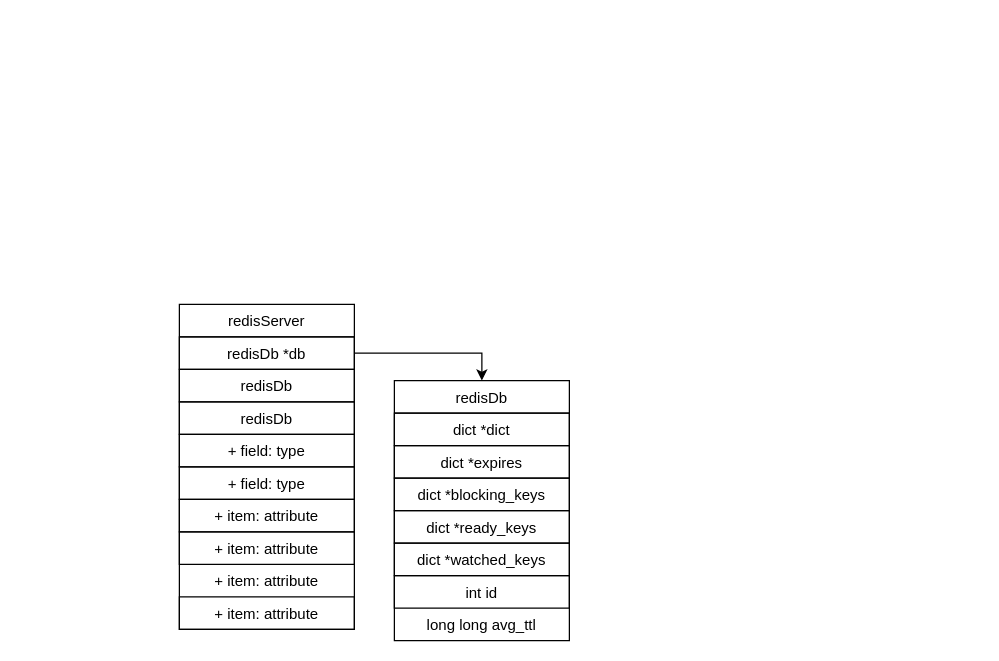
Above: redis-main.drawio in munding/drawio (draw.io), before the change. Source tidied: cells renumbered, new cells numbered last; positions are measured from the earlier drawing's top-left corner, leaving out a move shared by most shapes. Both pictures are drawn from the tidied source at 125%, with x=0, y=0 at pixel (179, 304).
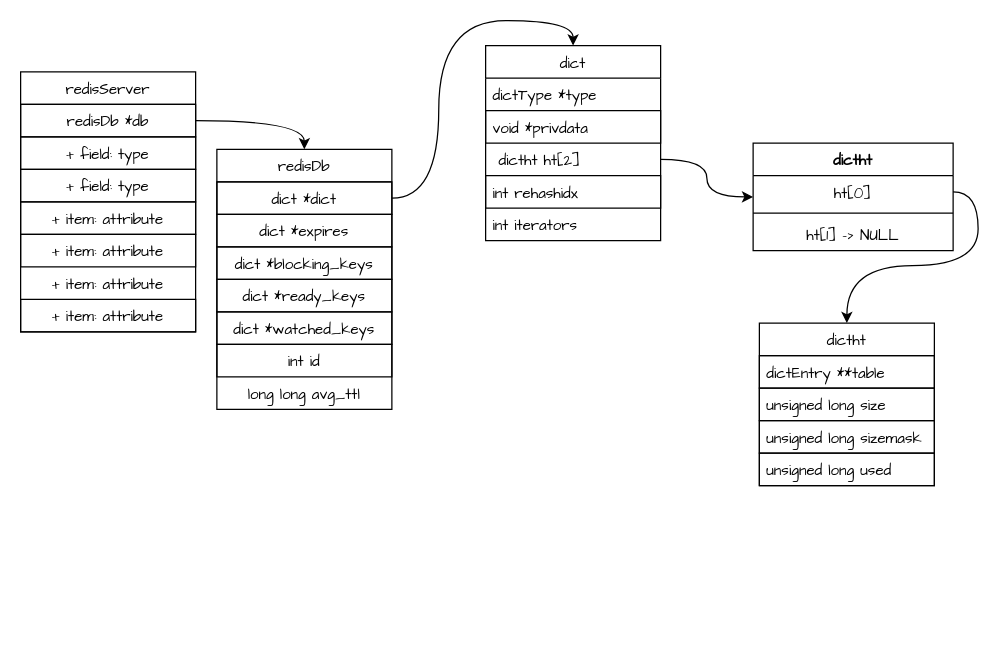
The same diagram, later.

Change to the diagram source:
```diff
@@
-    <mxCell id="2" value="redisServer" style="swimlane;fontStyle=0;horizontal=1;startSize=26;fillColor=none;rounded=0;strokeColor=default;align=center;" parent="1" vertex="1">
-      <mxGeometry width="140" height="260" as="geometry" />
+    <mxCell id="2" value="redisServer" style="swimlane;fontStyle=0;horizontal=1;startSize=26;fillColor=none;rounded=0;strokeColor=default;align=center;fontFamily=Comic Sans MS;" parent="1" vertex="1">
+      <mxGeometry x="-127" y="-186" width="140" height="208" as="geometry" />
     </mxCell>
-    <mxCell id="3" value="redisDb *db" style="text;strokeColor=default;fillColor=none;align=center;verticalAlign=top;spacingLeft=4;spacingRight=4;overflow=hidden;points=[[0,0.5],[1,0.5]];portConstraint=eastwest;rounded=0;" parent="2" vertex="1">
+    <mxCell id="3" value="redisDb *db" style="text;strokeColor=default;fillColor=none;align=center;verticalAlign=top;spacingLeft=4;spacingRight=4;overflow=hidden;points=[[0,0.5],[1,0.5]];portConstraint=eastwest;rounded=0;fontFamily=Comic Sans MS;" parent="2" vertex="1">
       <mxGeometry y="26" width="140" height="26" as="geometry" />
     </mxCell>
-    <mxCell id="4" value="redisDb" style="text;strokeColor=default;fillColor=none;align=center;verticalAlign=top;spacingLeft=4;spacingRight=4;overflow=hidden;rounded=0;" parent="2" vertex="1">
-      <mxGeometry y="52" width="140" height="26" as="geometry" />
-    </mxCell>
-    <mxCell id="5" value="redisDb" style="text;strokeColor=default;fillColor=none;align=center;verticalAlign=top;spacingLeft=4;spacingRight=4;overflow=hidden;rounded=0;" parent="2" vertex="1">
-      <mxGeometry y="78" width="140" height="26" as="geometry" />
-    </mxCell>
-    <mxCell id="6" value="+ field: type" style="text;strokeColor=default;fillColor=none;align=center;verticalAlign=top;spacingLeft=4;spacingRight=4;overflow=hidden;rounded=0;" parent="2" vertex="1">
-      <mxGeometry y="104" width="140" height="26" as="geometry" />
+    <mxCell id="6" value="+ field: type" style="text;strokeColor=default;fillColor=none;align=center;verticalAlign=top;spacingLeft=4;spacingRight=4;overflow=hidden;rounded=0;fontFamily=Comic Sans MS;" parent="2" vertex="1">
+      <mxGeometry y="52" width="140" height="26" as="geometry" />
     </mxCell>
-    <mxCell id="7" value="+ field: type" style="text;strokeColor=default;fillColor=none;align=center;verticalAlign=top;spacingLeft=4;spacingRight=4;overflow=hidden;rounded=0;" parent="2" vertex="1">
-      <mxGeometry y="130" width="140" height="26" as="geometry" />
+    <mxCell id="7" value="+ field: type" style="text;strokeColor=default;fillColor=none;align=center;verticalAlign=top;spacingLeft=4;spacingRight=4;overflow=hidden;rounded=0;fontFamily=Comic Sans MS;" parent="2" vertex="1">
+      <mxGeometry y="78" width="140" height="26" as="geometry" />
     </mxCell>
-    <mxCell id="8" value="+ item: attribute" style="text;strokeColor=default;fillColor=none;align=center;verticalAlign=top;spacingLeft=4;spacingRight=4;overflow=hidden;rounded=0;" parent="2" vertex="1">
-      <mxGeometry y="156" width="140" height="26" as="geometry" />
+    <mxCell id="8" value="+ item: attribute" style="text;strokeColor=default;fillColor=none;align=center;verticalAlign=top;spacingLeft=4;spacingRight=4;overflow=hidden;rounded=0;fontFamily=Comic Sans MS;" parent="2" vertex="1">
+      <mxGeometry y="104" width="140" height="26" as="geometry" />
     </mxCell>
-    <mxCell id="9" value="+ item: attribute" style="text;strokeColor=default;fillColor=none;align=center;verticalAlign=top;spacingLeft=4;spacingRight=4;overflow=hidden;rounded=0;" parent="2" vertex="1">
-      <mxGeometry y="182" width="140" height="26" as="geometry" />
+    <mxCell id="9" value="+ item: attribute" style="text;strokeColor=default;fillColor=none;align=center;verticalAlign=top;spacingLeft=4;spacingRight=4;overflow=hidden;rounded=0;fontFamily=Comic Sans MS;" parent="2" vertex="1">
+      <mxGeometry y="130" width="140" height="26" as="geometry" />
     </mxCell>
-    <mxCell id="10" value="+ item: attribute" style="text;strokeColor=none;fillColor=none;align=center;verticalAlign=top;spacingLeft=4;spacingRight=4;overflow=hidden;rounded=0;" parent="2" vertex="1">
-      <mxGeometry y="208" width="140" height="26" as="geometry" />
+    <mxCell id="10" value="+ item: attribute" style="text;strokeColor=none;fillColor=none;align=center;verticalAlign=top;spacingLeft=4;spacingRight=4;overflow=hidden;rounded=0;fontFamily=Comic Sans MS;" parent="2" vertex="1">
+      <mxGeometry y="156" width="140" height="26" as="geometry" />
     </mxCell>
-    <mxCell id="11" value="+ item: attribute" style="text;strokeColor=default;fillColor=none;align=center;verticalAlign=top;spacingLeft=4;spacingRight=4;overflow=hidden;rounded=0;" parent="2" vertex="1">
-      <mxGeometry y="234" width="140" height="26" as="geometry" />
+    <mxCell id="11" value="+ item: attribute" style="text;strokeColor=default;fillColor=none;align=center;verticalAlign=top;spacingLeft=4;spacingRight=4;overflow=hidden;rounded=0;fontFamily=Comic Sans MS;" parent="2" vertex="1">
+      <mxGeometry y="182" width="140" height="26" as="geometry" />
     </mxCell>
-    <mxCell id="12" value="redisDb" style="swimlane;fontStyle=0;horizontal=1;startSize=26;fillColor=none;rounded=0;strokeColor=default;align=center;" parent="1" vertex="1">
-      <mxGeometry x="172" y="61" width="140" height="208" as="geometry" />
+    <mxCell id="12" value="redisDb" style="swimlane;fontStyle=0;horizontal=1;startSize=26;fillColor=none;rounded=0;strokeColor=default;align=center;fontFamily=Comic Sans MS;" parent="1" vertex="1">
+      <mxGeometry x="30" y="-124" width="140" height="208" as="geometry" />
     </mxCell>
-    <mxCell id="13" value="dict *dict" style="text;strokeColor=default;fillColor=none;align=center;verticalAlign=top;spacingLeft=4;spacingRight=4;overflow=hidden;points=[[0,0.5],[1,0.5]];portConstraint=eastwest;rounded=0;" parent="12" vertex="1">
+    <mxCell id="13" value="dict *dict" style="text;strokeColor=default;fillColor=none;align=center;verticalAlign=top;spacingLeft=4;spacingRight=4;overflow=hidden;points=[[0,0.5],[1,0.5]];portConstraint=eastwest;rounded=0;fontFamily=Comic Sans MS;" parent="12" vertex="1">
       <mxGeometry y="26" width="140" height="26" as="geometry" />
     </mxCell>
-    <mxCell id="14" value="dict *expires" style="text;strokeColor=default;fillColor=none;align=center;verticalAlign=top;spacingLeft=4;spacingRight=4;overflow=hidden;rounded=0;" parent="12" vertex="1">
+    <mxCell id="14" value="dict *expires" style="text;strokeColor=default;fillColor=none;align=center;verticalAlign=top;spacingLeft=4;spacingRight=4;overflow=hidden;rounded=0;fontFamily=Comic Sans MS;" parent="12" vertex="1">
       <mxGeometry y="52" width="140" height="26" as="geometry" />
     </mxCell>
-    <mxCell id="15" value="dict *blocking_keys" style="text;strokeColor=default;fillColor=none;align=center;verticalAlign=top;spacingLeft=4;spacingRight=4;overflow=hidden;rounded=0;" parent="12" vertex="1">
+    <mxCell id="15" value="dict *blocking_keys" style="text;strokeColor=default;fillColor=none;align=center;verticalAlign=top;spacingLeft=4;spacingRight=4;overflow=hidden;rounded=0;fontFamily=Comic Sans MS;" parent="12" vertex="1">
       <mxGeometry y="78" width="140" height="26" as="geometry" />
     </mxCell>
-    <mxCell id="16" value="dict *ready_keys" style="text;strokeColor=default;fillColor=none;align=center;verticalAlign=top;spacingLeft=4;spacingRight=4;overflow=hidden;rounded=0;" parent="12" vertex="1">
+    <mxCell id="16" value="dict *ready_keys" style="text;strokeColor=default;fillColor=none;align=center;verticalAlign=top;spacingLeft=4;spacingRight=4;overflow=hidden;rounded=0;fontFamily=Comic Sans MS;" parent="12" vertex="1">
       <mxGeometry y="104" width="140" height="26" as="geometry" />
     </mxCell>
-    <mxCell id="17" value="dict *watched_keys" style="text;strokeColor=default;fillColor=none;align=center;verticalAlign=top;spacingLeft=4;spacingRight=4;overflow=hidden;rounded=0;" parent="12" vertex="1">
+    <mxCell id="17" value="dict *watched_keys" style="text;strokeColor=default;fillColor=none;align=center;verticalAlign=top;spacingLeft=4;spacingRight=4;overflow=hidden;rounded=0;fontFamily=Comic Sans MS;" parent="12" vertex="1">
       <mxGeometry y="130" width="140" height="26" as="geometry" />
     </mxCell>
-    <mxCell id="18" value="int id" style="text;strokeColor=default;fillColor=none;align=center;verticalAlign=top;spacingLeft=4;spacingRight=4;overflow=hidden;rounded=0;" parent="12" vertex="1">
+    <mxCell id="18" value="int id" style="text;strokeColor=default;fillColor=none;align=center;verticalAlign=top;spacingLeft=4;spacingRight=4;overflow=hidden;rounded=0;fontFamily=Comic Sans MS;" parent="12" vertex="1">
       <mxGeometry y="156" width="140" height="26" as="geometry" />
     </mxCell>
-    <mxCell id="19" value="long long avg_ttl" style="text;strokeColor=none;fillColor=none;align=center;verticalAlign=top;spacingLeft=4;spacingRight=4;overflow=hidden;rounded=0;" parent="12" vertex="1">
+    <mxCell id="19" value="long long avg_ttl" style="text;strokeColor=none;fillColor=none;align=center;verticalAlign=top;spacingLeft=4;spacingRight=4;overflow=hidden;rounded=0;fontFamily=Comic Sans MS;" parent="12" vertex="1">
       <mxGeometry y="182" width="140" height="26" as="geometry" />
     </mxCell>
-    <mxCell id="20" style="edgeStyle=orthogonalEdgeStyle;rounded=0;jettySize=auto;html=1;" parent="1" edge="1" source="3" target="12">
+    <mxCell id="20" style="edgeStyle=orthogonalEdgeStyle;jettySize=auto;html=1;entryX=0.5;entryY=0;entryDx=0;entryDy=0;fontFamily=Comic Sans MS;curved=1;" parent="1" edge="1" source="3" target="12">
       <mxGeometry relative="1" as="geometry" />
     </mxCell>
+    <mxCell id="21" value="dict" style="swimlane;fontStyle=0;horizontal=1;startSize=26;fillColor=none;rounded=0;labelBorderColor=none;fontFamily=Comic Sans MS;strokeColor=default;" parent="1" vertex="1">
+      <mxGeometry x="245" y="-207" width="140" height="156" as="geometry" />
+    </mxCell>
+    <mxCell id="22" value="dictType *type" style="text;strokeColor=none;fillColor=none;align=left;verticalAlign=top;spacingLeft=4;spacingRight=4;overflow=hidden;rounded=0;labelBorderColor=none;fontFamily=Comic Sans MS;" parent="21" vertex="1">
+      <mxGeometry y="26" width="140" height="26" as="geometry" />
+    </mxCell>
+    <mxCell id="23" value="void *privdata" style="text;strokeColor=default;fillColor=none;align=left;verticalAlign=top;spacingLeft=4;spacingRight=4;overflow=hidden;rounded=0;labelBorderColor=none;fontFamily=Comic Sans MS;" parent="21" vertex="1">
+      <mxGeometry y="52" width="140" height="26" as="geometry" />
+    </mxCell>
+    <mxCell id="24" value=" dictht ht[2]" style="text;strokeColor=none;fillColor=none;align=left;verticalAlign=top;spacingLeft=4;spacingRight=4;overflow=hidden;points=[[0,0.5],[1,0.5]];portConstraint=eastwest;rounded=0;labelBorderColor=none;fontFamily=Comic Sans MS;" parent="21" vertex="1">
+      <mxGeometry y="78" width="140" height="26" as="geometry" />
+    </mxCell>
+    <mxCell id="25" value="int rehashidx" style="text;strokeColor=default;fillColor=none;align=left;verticalAlign=top;spacingLeft=4;spacingRight=4;overflow=hidden;rounded=0;labelBorderColor=none;fontFamily=Comic Sans MS;" parent="21" vertex="1">
+      <mxGeometry y="104" width="140" height="26" as="geometry" />
+    </mxCell>
+    <mxCell id="26" value="int iterators" style="text;strokeColor=none;fillColor=none;align=left;verticalAlign=top;spacingLeft=4;spacingRight=4;overflow=hidden;rounded=1;labelBorderColor=none;fontFamily=Comic Sans MS;" parent="21" vertex="1">
+      <mxGeometry y="130" width="140" height="26" as="geometry" />
+    </mxCell>
+    <mxCell id="27" value="dictht" style="swimlane;fontStyle=0;horizontal=1;startSize=26;fillColor=none;rounded=0;labelBorderColor=none;fontFamily=Comic Sans MS;strokeColor=default;" parent="1" vertex="1">
+      <mxGeometry x="464" y="15" width="140" height="130" as="geometry" />
+    </mxCell>
+    <mxCell id="28" value="dictEntry **table" style="text;strokeColor=default;fillColor=none;align=left;verticalAlign=top;spacingLeft=4;spacingRight=4;overflow=hidden;rounded=0;labelBorderColor=none;fontFamily=Comic Sans MS;" parent="27" vertex="1">
+      <mxGeometry y="26" width="140" height="26" as="geometry" />
+    </mxCell>
+    <mxCell id="29" value="unsigned long size" style="text;strokeColor=default;fillColor=none;align=left;verticalAlign=top;spacingLeft=4;spacingRight=4;overflow=hidden;rounded=0;labelBorderColor=none;fontFamily=Comic Sans MS;" parent="27" vertex="1">
+      <mxGeometry y="52" width="140" height="26" as="geometry" />
+    </mxCell>
+    <mxCell id="30" value="unsigned long sizemask" style="text;strokeColor=default;fillColor=none;align=left;verticalAlign=top;spacingLeft=4;spacingRight=4;overflow=hidden;rounded=0;labelBorderColor=none;fontFamily=Comic Sans MS;" parent="27" vertex="1">
+      <mxGeometry y="78" width="140" height="26" as="geometry" />
+    </mxCell>
+    <mxCell id="31" value="unsigned long used" style="text;strokeColor=default;fillColor=none;align=left;verticalAlign=top;spacingLeft=4;spacingRight=4;overflow=hidden;rounded=0;labelBorderColor=none;fontFamily=Comic Sans MS;" parent="27" vertex="1">
+      <mxGeometry y="104" width="140" height="26" as="geometry" />
+    </mxCell>
+    <mxCell id="32" value="dictht" style="swimlane;fontStyle=1;align=center;verticalAlign=top;horizontal=1;startSize=26;rounded=0;labelBorderColor=none;fontFamily=Comic Sans MS;strokeColor=default;fillColor=default;" parent="1" vertex="1">
+      <mxGeometry x="459" y="-129" width="160" height="86" as="geometry" />
+    </mxCell>
+    <mxCell id="33" value="ht[0]" style="text;strokeColor=none;fillColor=none;align=center;verticalAlign=top;spacingLeft=4;spacingRight=4;overflow=hidden;points=[[0,0.5],[1,0.5]];portConstraint=eastwest;rounded=0;labelBorderColor=none;fontFamily=Comic Sans MS;" parent="32" vertex="1">
+      <mxGeometry y="26" width="160" height="26" as="geometry" />
+    </mxCell>
+    <mxCell id="34" style="line;strokeWidth=1;fillColor=none;align=center;verticalAlign=middle;spacingTop=-1;spacingLeft=3;spacingRight=3;labelPosition=right;rounded=0;labelBorderColor=none;fontFamily=Comic Sans MS;" parent="32" vertex="1">
+      <mxGeometry y="52" width="160" height="8" as="geometry" />
+    </mxCell>
+    <mxCell id="35" value="ht[1] -&gt; NULL" style="text;strokeColor=none;fillColor=none;align=center;verticalAlign=top;spacingLeft=4;spacingRight=4;overflow=hidden;rounded=0;labelBorderColor=none;fontFamily=Comic Sans MS;" parent="32" vertex="1">
+      <mxGeometry y="60" width="160" height="26" as="geometry" />
+    </mxCell>
+    <mxCell id="36" style="edgeStyle=orthogonalEdgeStyle;curved=1;jettySize=auto;html=1;fontFamily=Comic Sans MS;fontSize=12;fontColor=default;exitX=1;exitY=0.5;exitDx=0;exitDy=0;" parent="1" edge="1" source="24" target="32">
+      <mxGeometry relative="1" as="geometry" />
+    </mxCell>
+    <mxCell id="37" style="edgeStyle=orthogonalEdgeStyle;curved=1;jettySize=auto;html=1;exitX=1;exitY=0.5;exitDx=0;exitDy=0;entryX=0.5;entryY=0;entryDx=0;entryDy=0;fontFamily=Comic Sans MS;fontSize=12;fontColor=default;" parent="1" edge="1" source="33" target="27">
+      <mxGeometry relative="1" as="geometry" />
+    </mxCell>
+    <mxCell id="38" style="edgeStyle=orthogonalEdgeStyle;curved=1;jettySize=auto;html=1;exitX=1;exitY=0.5;exitDx=0;exitDy=0;entryX=0.5;entryY=0;entryDx=0;entryDy=0;fontFamily=Comic Sans MS;fontSize=12;fontColor=default;" parent="1" edge="1" source="13" target="21">
+      <mxGeometry relative="1" as="geometry" />
+    </mxCell>
```
